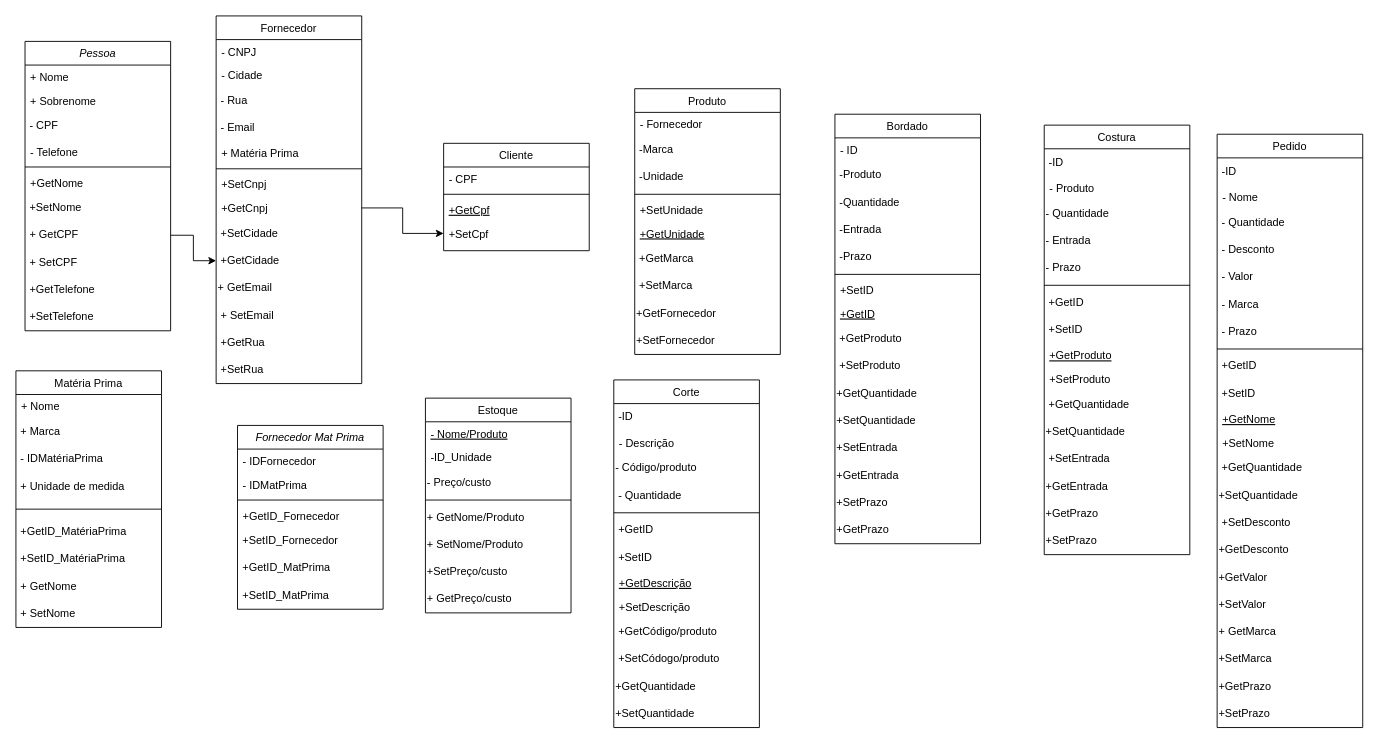
Above: classes.drawio in Marya16/Equipe (draw.io), before the change. Source tidied: cells renumbered, new cells numbered last; positions are measured from the earlier drawing's top-left corner, leaving out a move shared by most shapes. Both pictures are drawn from the tidied source at 91%, with x=0, y=0 at pixel (15, 15).
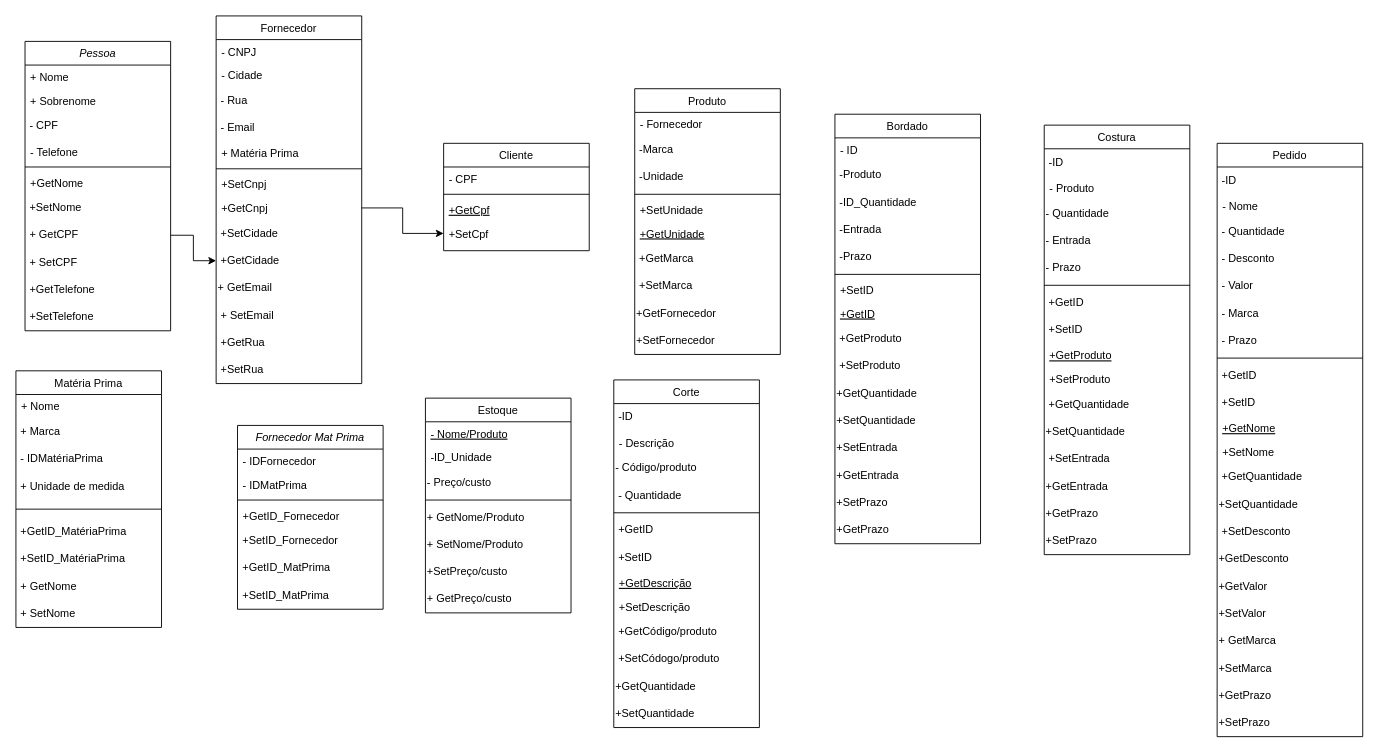
The same page after the edit.

Unchanged cells that the change refers to:
```xml
<mxCell id="89" value="Bordado" style="swimlane;fontStyle=0;align=center;verticalAlign=top;horizontal=1;startSize=26;rounded=0;shadow=0;strokeWidth=1;" parent="1" vertex="1">
  <mxGeometry x="900" y="108" width="160" height="472" as="geometry" />
</mxCell>
```

What changed in the source:
```diff
@@
-    <mxCell id="92" value="&amp;nbsp;-Quantidade" style="text;html=1;align=left;verticalAlign=middle;whiteSpace=wrap;rounded=0;" parent="89" vertex="1">
+    <mxCell id="92" value="&amp;nbsp;-ID_Quantidade" style="text;html=1;align=left;verticalAlign=middle;whiteSpace=wrap;rounded=0;" parent="89" vertex="1">
       <mxGeometry y="82" width="160" height="30" as="geometry" />
     </mxCell>
@@
     <mxCell id="124" value="Pedido" style="swimlane;fontStyle=0;align=center;verticalAlign=top;horizontal=1;startSize=26;rounded=0;shadow=0;strokeWidth=1;" parent="1" vertex="1">
-      <mxGeometry x="1320" y="130" width="160" height="652" as="geometry" />
+      <mxGeometry x="1320" y="140" width="160" height="652" as="geometry" />
     </mxCell>
```
